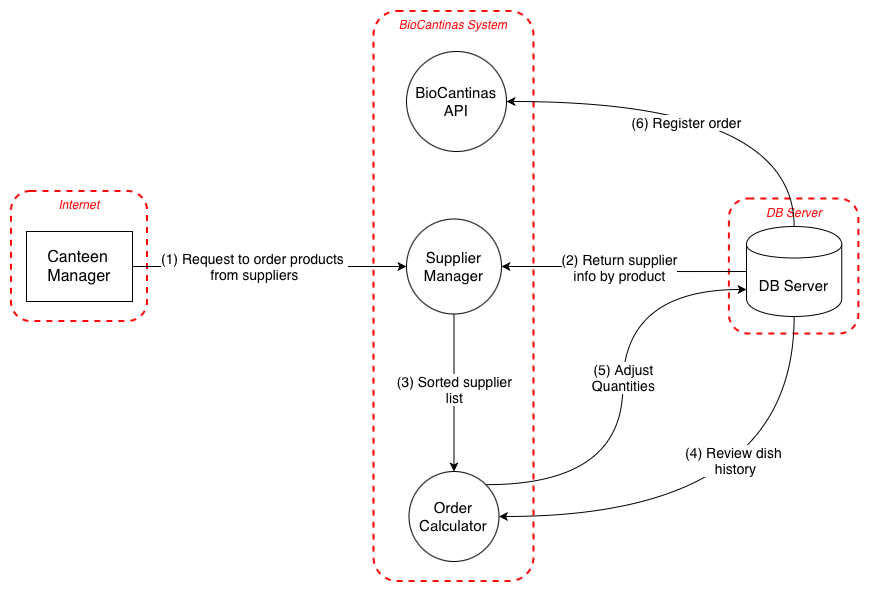
mei-desofs/desofs2026-thu_ffs_1 keeps this draw.io diagram as Deliverables/phase1/diagrams/DFD/Order Product/OrderProduct_level1.png. Above is the earlier version. Source tidied: cells renumbered, new cells last; positions are measured from the earlier drawing's top-left corner, leaving out a move shared by most shapes.
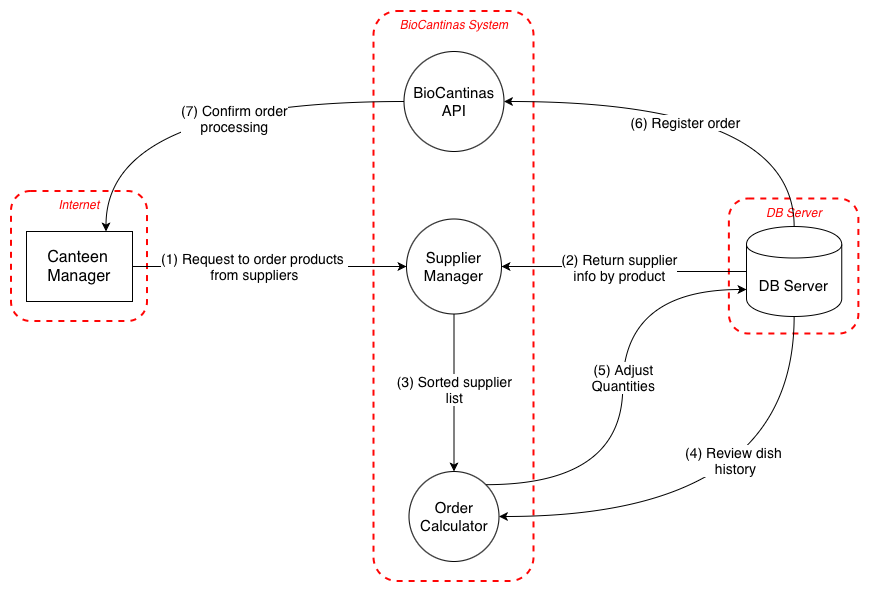
The same file after the commit.

Commit message:
add DFD order product levels and add to report #2

Diff of the diagram source:
```diff
@@ -20,8 +20,14 @@
     <mxCell id="7" value="&lt;div style=&quot;text-align: start;&quot;&gt;&lt;font color=&quot;#000000&quot; size=&quot;3&quot;&gt;&lt;span style=&quot;caret-color: rgb(255, 255, 255);&quot;&gt;Canteen&lt;/span&gt;&lt;/font&gt;&lt;/div&gt;&lt;div style=&quot;text-align: start;&quot;&gt;&lt;font color=&quot;#000000&quot; size=&quot;3&quot;&gt;&lt;span style=&quot;caret-color: rgb(255, 255, 255);&quot;&gt;Manager&lt;/span&gt;&lt;/font&gt;&lt;/div&gt;" style="html=1;dashed=0;whiteSpace=wrap;fontSize=15;" parent="1" vertex="1">
       <mxGeometry x="15" y="220" width="106" height="70" as="geometry" />
     </mxCell>
+    <mxCell id="22" style="edgeStyle=orthogonalEdgeStyle;rounded=0;jettySize=auto;html=1;exitX=0;exitY=0.5;exitDx=0;exitDy=0;entryX=0.75;entryY=0;entryDx=0;entryDy=0;curved=1;" parent="1" edge="1" source="8" target="7">
+      <mxGeometry relative="1" as="geometry" />
+    </mxCell>
+    <mxCell id="23" value="(7) Confirm order&lt;div&gt;processing&lt;/div&gt;" style="edgeLabel;html=1;align=center;verticalAlign=middle;fontSize=14;" parent="22" vertex="1">
+      <mxGeometry x="-0.2" y="16" relative="1" as="geometry" />
+    </mxCell>
     <mxCell id="8" value="BioCantinas API" style="shape=ellipse;html=1;dashed=0;whiteSpace=wrap;perimeter=ellipsePerimeter;fontSize=15;" parent="1" vertex="1">
-      <mxGeometry x="395" y="40" width="100" height="100" as="geometry" />
+      <mxGeometry x="392.5" y="40" width="100" height="100" as="geometry" />
     </mxCell>
     <mxCell id="9" style="edgeStyle=orthogonalEdgeStyle;rounded=0;jettySize=auto;html=1;exitX=0;exitY=0.5;exitDx=0;exitDy=0;entryX=1;entryY=0.5;entryDx=0;entryDy=0;" parent="1" edge="1" source="15" target="18">
       <mxGeometry relative="1" as="geometry" />
```
